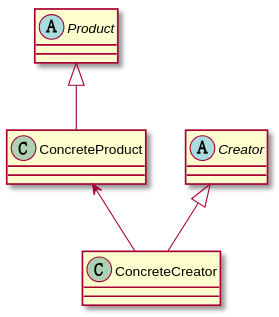
The PlantUML diagram pattern_umls/factory/facotry_method_uml/factory_method_uml.svg in zzbb1199/HeadFirst, before a commit.
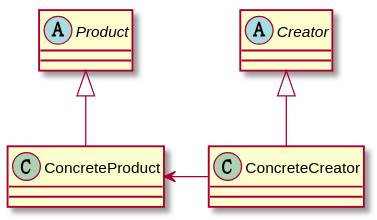
Later version of the same file.

What changed in the source:
```diff
@@ -22,6 +22,6 @@
 Creator <|-- ConcreteCreator
 
 
-ConcreteProduct <-- ConcreteCreator
+ConcreteProduct <- ConcreteCreator
 
 @enduml
```
